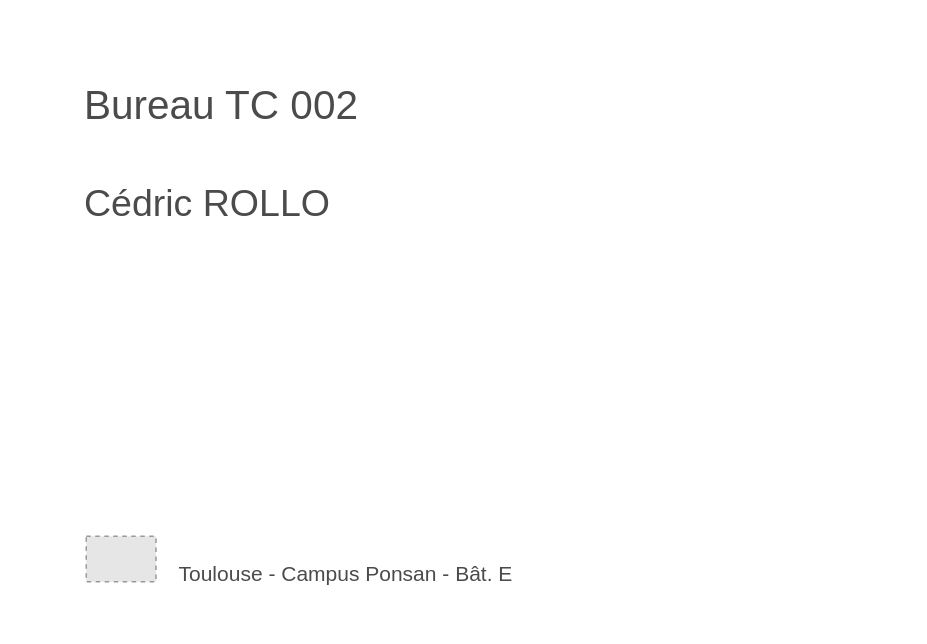
Earlier version of the draw.io diagram Cartouche porte.drawio (gI7DUmmY/diagrams). Source tidied: cells renumbered, new cells numbered last; positions are measured from the earlier drawing's top-left corner, leaving out a move shared by most shapes. Both pictures are drawn from the tidied source at 150%, with x=0, y=0 at pixel (81, 70). Pictures stored in the file or linked from it are replaced by grey dashed boxes.
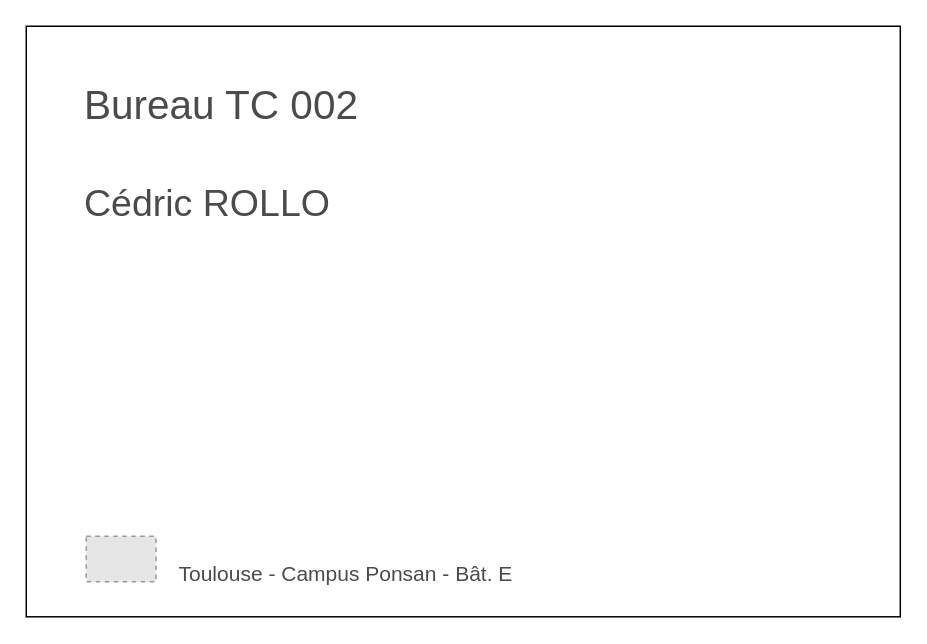
Above is the later version.

Commit message (it also covers changes not shown here):
Mettre à jour Cartouche porte.drawio

What changed in the source:
```diff
@@
 <mxGraphModel>
   <root>
     <mxCell id="0" />
     <mxCell id="1" parent="0" />
+    <mxCell id="5" style="rounded=0;whiteSpace=wrap;html=1;labelBackgroundColor=none;labelBorderColor=none;fillColor=none;glass=0;" parent="1" vertex="1">
+      <mxGeometry x="-37" y="-30" width="582.7" height="393.7" as="geometry" />
+    </mxCell>
     <mxCell id="2" value="&lt;font face=&quot;Barlow semi-bold&quot;&gt;Bureau TC 002&lt;/font&gt;&lt;div&gt;&lt;font face=&quot;Barlow Light&quot;&gt;&lt;br&gt;&lt;/font&gt;&lt;/div&gt;&lt;div&gt;&lt;font face=&quot;Barlow Light&quot; style=&quot;font-size: 25px;&quot;&gt;Cédric ROLLO&lt;/font&gt;&lt;/div&gt;" style="text;html=1;align=left;verticalAlign=middle;strokeColor=none;fillColor=none;fontFamily=Barlow semi-bold;fontSize=27;fontStyle=0;labelPosition=center;verticalLabelPosition=middle;fontColor=#4B4B4B;" parent="1" vertex="1">
       <mxGeometry width="190" height="110" as="geometry" />
     </mxCell>
     <mxCell id="3" value="Toulouse - Campus Ponsan - Bât. E" style="text;align=left;verticalAlign=middle;strokeColor=none;fillColor=none;fontSize=14;fontFamily=Nilland extra-bold;html=1;fontColor=#4B4B4B;" parent="1" vertex="1">
       <mxGeometry x="63" y="320" width="220" height="30" as="geometry" />
     </mxCell>
     <mxCell id="4" style="fillColor=#E6E6E6;strokeColor=#999999;dashed=1;verticalLabelPosition=bottom;labelBackgroundColor=default;verticalAlign=top;" parent="1" vertex="1">
       <mxGeometry x="3" y="310" width="46.5" height="30.3" as="geometry" />
     </mxCell>
   </root>
 </mxGraphModel>
```
